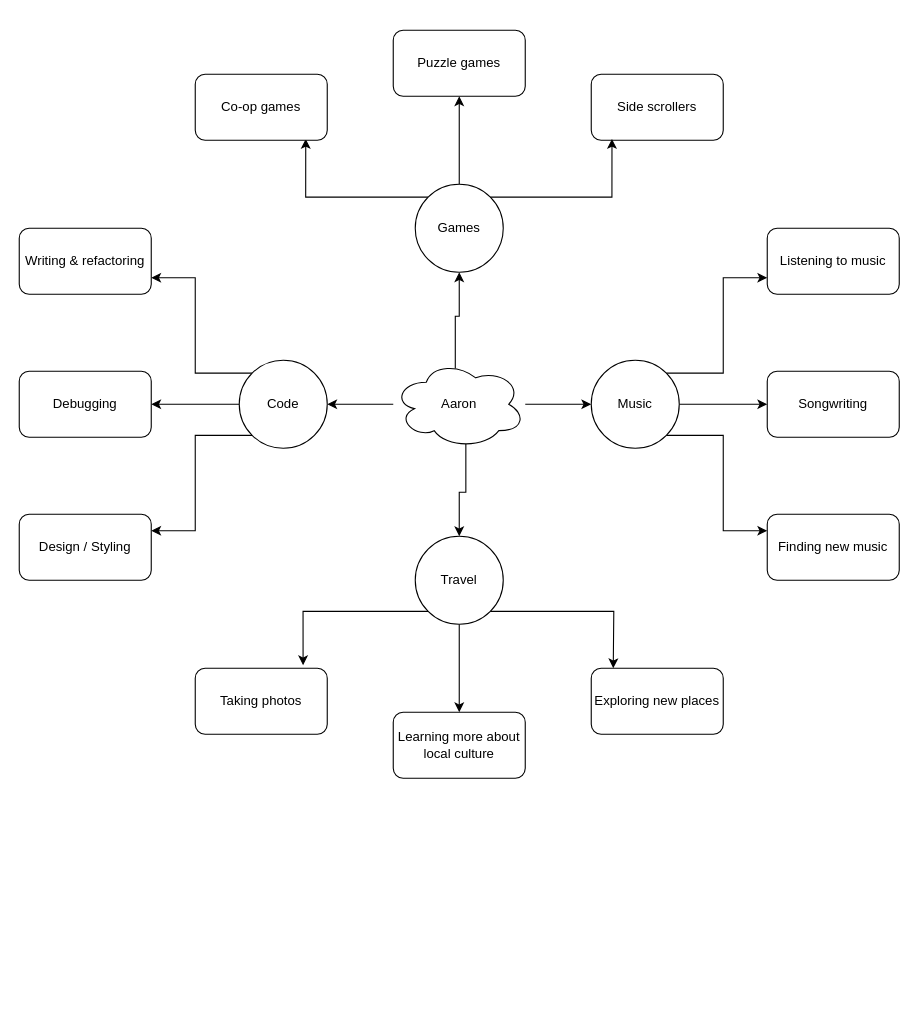
Above: Capstone Planning.drawio in mejia-dev/epicodus-capstone-planning (draw.io), before the change. Source tidied: cells renumbered, new cells numbered last; positions are measured from the earlier drawing's top-left corner, leaving out a move shared by most shapes. Both pictures are drawn from the tidied source at 110%, with x=0, y=0 at pixel (19, 30).
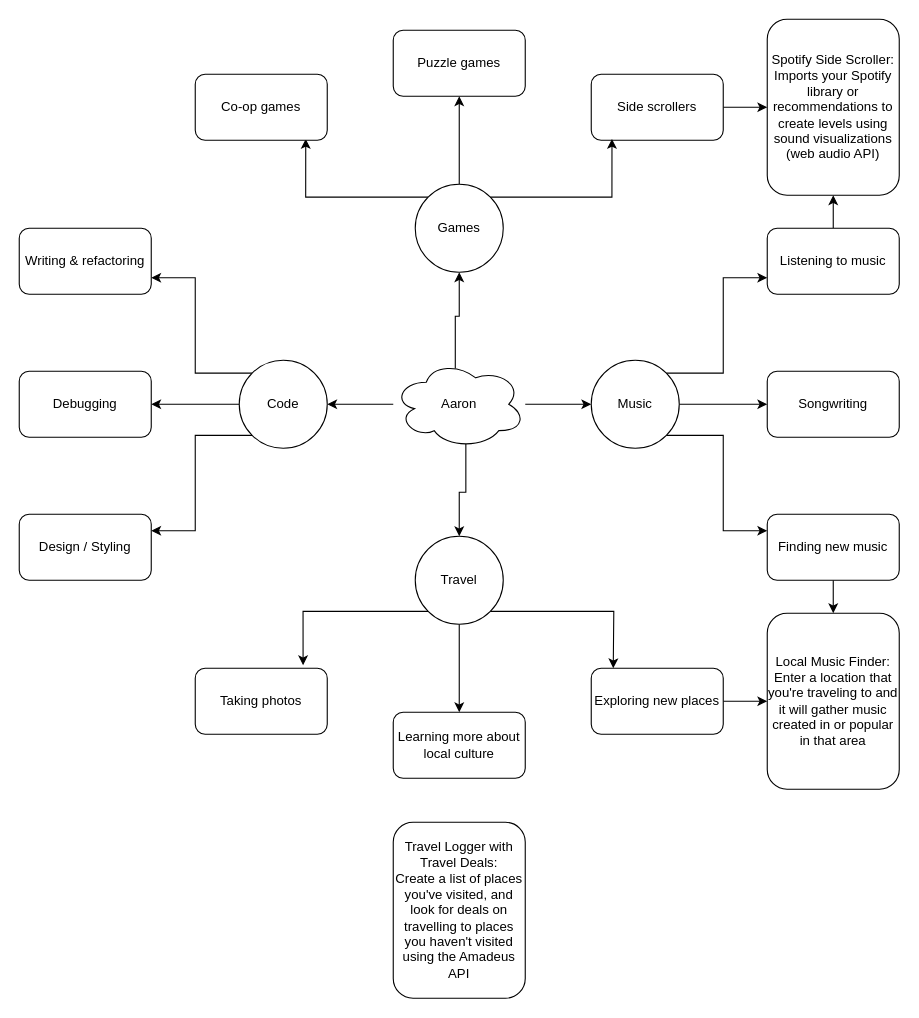
The same diagram, later.

The change refers to these unchanged cells:
```xml
<mxCell id="22" value="Exploring new places" style="rounded=1;whiteSpace=wrap;html=1;" parent="1" vertex="1">
  <mxGeometry x="520" y="580" width="120" height="60" as="geometry" />
</mxCell>
<mxCell id="24" value="Listening to music" style="rounded=1;whiteSpace=wrap;html=1;" parent="1" vertex="1">
  <mxGeometry x="680" y="180" width="120" height="60" as="geometry" />
</mxCell>
<mxCell id="25" value="Finding new music" style="rounded=1;whiteSpace=wrap;html=1;" parent="1" vertex="1">
  <mxGeometry x="680" y="440" width="120" height="60" as="geometry" />
</mxCell>
<mxCell id="30" value="Side scrollers" style="rounded=1;whiteSpace=wrap;html=1;" parent="1" vertex="1">
  <mxGeometry x="520" y="40" width="120" height="60" as="geometry" />
</mxCell>
```

What changed in the source:
```diff
@@
+    <mxCell id="35" style="edgeStyle=orthogonalEdgeStyle;rounded=0;jettySize=auto;html=1;" parent="1" edge="1" source="22" target="40">
+      <mxGeometry relative="1" as="geometry" />
+    </mxCell>
@@
+    <mxCell id="36" style="edgeStyle=orthogonalEdgeStyle;rounded=0;jettySize=auto;html=1;" parent="1" edge="1" source="24" target="39">
+      <mxGeometry relative="1" as="geometry" />
+    </mxCell>
@@
+    <mxCell id="37" style="edgeStyle=orthogonalEdgeStyle;rounded=0;jettySize=auto;html=1;" parent="1" edge="1" source="25" target="40">
+      <mxGeometry relative="1" as="geometry" />
+    </mxCell>
@@
+    <mxCell id="38" style="edgeStyle=orthogonalEdgeStyle;rounded=0;jettySize=auto;html=1;" parent="1" edge="1" source="30" target="39">
+      <mxGeometry relative="1" as="geometry" />
+    </mxCell>
@@
+    <mxCell id="39" value="Spotify Side Scroller:&lt;br&gt;Imports your Spotify library or recommendations to create levels using sound visualizations (web audio API)" style="rounded=1;whiteSpace=wrap;html=1;" parent="1" vertex="1">
+      <mxGeometry x="680" y="-10" width="120" height="160" as="geometry" />
+    </mxCell>
+    <mxCell id="40" value="Local Music Finder:&lt;br&gt;Enter a location that you're traveling to and it will gather music created in or popular in that area" style="rounded=1;whiteSpace=wrap;html=1;" parent="1" vertex="1">
+      <mxGeometry x="680" y="530" width="120" height="160" as="geometry" />
+    </mxCell>
+    <mxCell id="41" value="Travel Logger with Travel Deals:&lt;br&gt;Create a list of places you've visited, and look for deals on travelling to places you haven't visited using the Amadeus API" style="rounded=1;whiteSpace=wrap;html=1;" parent="1" vertex="1">
+      <mxGeometry x="340" y="720" width="120" height="160" as="geometry" />
+    </mxCell>
```
